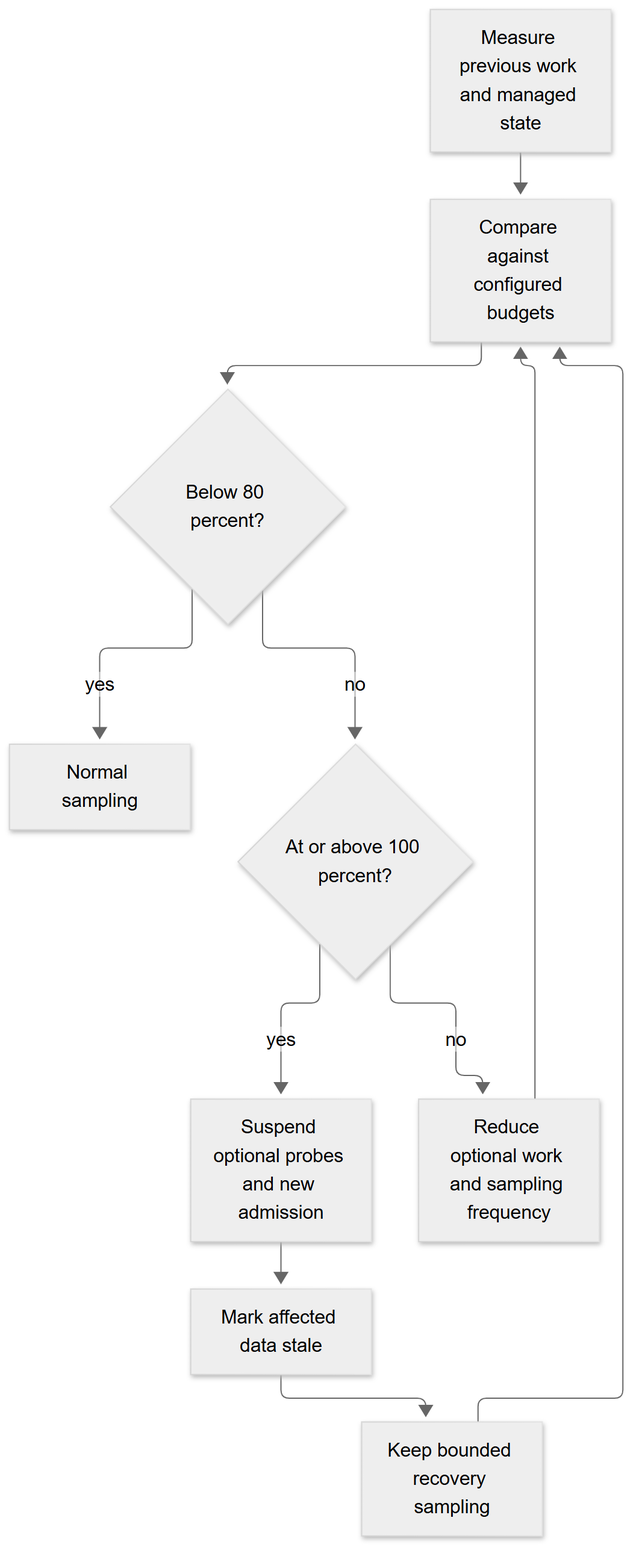
Earlier version of the Mermaid export docs/assets/diagrams/overhead-feedback.png (smuniharish/resourcera). Its source is kept beside it as diagrams/overhead-feedback.mmd. The source it was exported from:
```mermaid
flowchart TD
    costs["Measure previous work and managed state"] --> ratio["Compare against configured budgets"]
    ratio --> normal{"Below 80 percent?"}
    normal -- yes --> regular["Normal sampling"]
    normal -- no --> critical{"At or above 100 percent?"}
    critical -- no --> reduced["Reduce optional work and sampling frequency"]
    critical -- yes --> suspend["Suspend optional probes and new admission"]
    suspend --> stale["Mark affected data stale"]
    stale --> recovery["Keep bounded recovery sampling"]
    recovery --> ratio
    reduced --> ratio
```
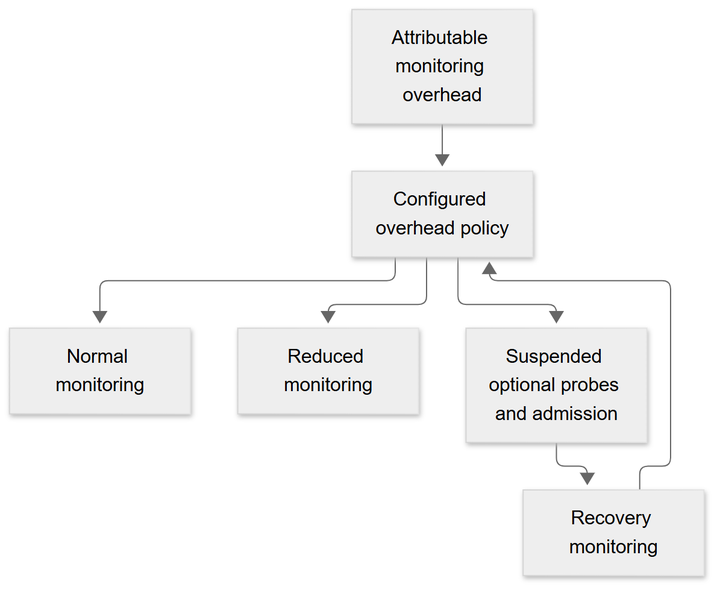
After the commit.

What changed in the source:
```diff
@@ -1,11 +1,7 @@
 flowchart TD
-    costs["Measure previous work and managed state"] --> ratio["Compare against configured budgets"]
-    ratio --> normal{"Below 80 percent?"}
-    normal -- yes --> regular["Normal sampling"]
-    normal -- no --> critical{"At or above 100 percent?"}
-    critical -- no --> reduced["Reduce optional work and sampling frequency"]
-    critical -- yes --> suspend["Suspend optional probes and new admission"]
-    suspend --> stale["Mark affected data stale"]
-    stale --> recovery["Keep bounded recovery sampling"]
-    recovery --> ratio
-    reduced --> ratio
+    usage["Attributable monitoring overhead"] --> policy["Configured overhead policy"]
+    policy --> normal["Normal monitoring"]
+    policy --> reduced["Reduced monitoring"]
+    policy --> suspended["Suspended optional probes and admission"]
+    suspended --> recovery["Recovery monitoring"]
+    recovery --> policy
```
